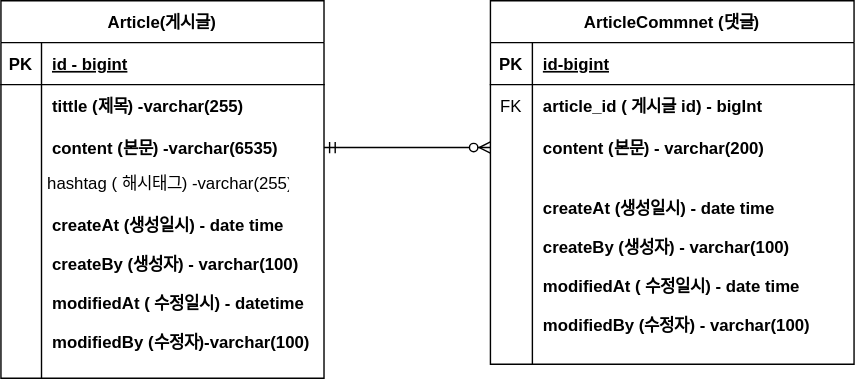
Earlier version of the draw.io export project-board.svg (LeeKangJun33/board-project). Source tidied: cells renumbered, new cells last; positions are measured from the earlier drawing's top-left corner, leaving out a move shared by most shapes.
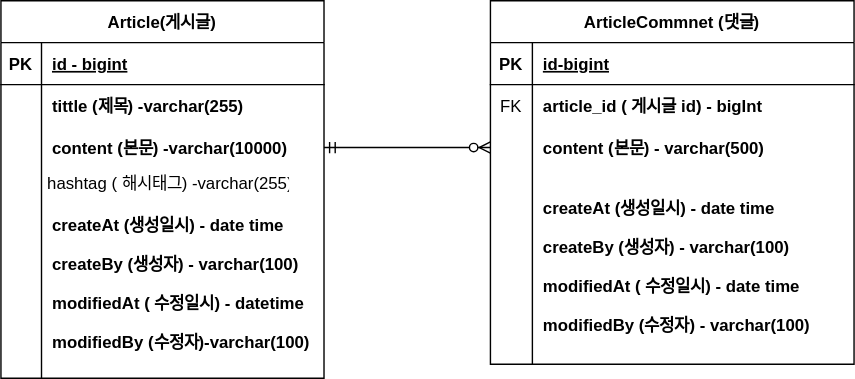
The same file after the commit.

Commit message:
#10- erd 업데이트:content사이즈 변경

Change to the diagram source:
```diff
@@ -29,7 +29,7 @@
     <mxCell id="10" style="shape=partialRectangle;fillColor=none;top=0;left=0;bottom=0;right=0;overflow=hidden;" parent="9" vertex="1">
       <mxGeometry width="29" height="30" as="geometry" />
     </mxCell>
-    <mxCell id="11" value="content (본문) -varchar(6535)" style="shape=partialRectangle;fillColor=none;top=0;left=0;bottom=0;right=0;align=left;spacingLeft=6;overflow=hidden;fontStyle=1;" parent="9" vertex="1">
+    <mxCell id="11" value="content (본문) -varchar(10000)" style="shape=partialRectangle;fillColor=none;top=0;left=0;bottom=0;right=0;align=left;spacingLeft=6;overflow=hidden;fontStyle=1;" parent="9" vertex="1">
       <mxGeometry x="29" width="202" height="30" as="geometry" />
     </mxCell>
     <mxCell id="12" style="shape=tableRow;horizontal=0;startSize=0;swimlaneHead=0;swimlaneBody=0;fillColor=none;top=0;left=0;right=0;bottom=0;" parent="2" vertex="1">
@@ -68,7 +68,7 @@
     <mxCell id="23" style="shape=partialRectangle;fillColor=none;top=0;left=0;bottom=0;right=0;overflow=hidden;" parent="22" vertex="1">
       <mxGeometry width="30" height="30" as="geometry" />
     </mxCell>
-    <mxCell id="24" value="content (본문) - varchar(200)" style="shape=partialRectangle;fillColor=none;top=0;left=0;bottom=0;right=0;align=left;spacingLeft=6;overflow=hidden;fontStyle=1;" parent="22" vertex="1">
+    <mxCell id="24" value="content (본문) - varchar(500)" style="shape=partialRectangle;fillColor=none;top=0;left=0;bottom=0;right=0;align=left;spacingLeft=6;overflow=hidden;fontStyle=1;" parent="22" vertex="1">
       <mxGeometry x="30" width="230" height="30" as="geometry" />
     </mxCell>
     <mxCell id="25" style="shape=tableRow;horizontal=0;startSize=0;swimlaneHead=0;swimlaneBody=0;fillColor=none;top=0;left=0;right=0;bottom=0;" parent="15" vertex="1">
```
